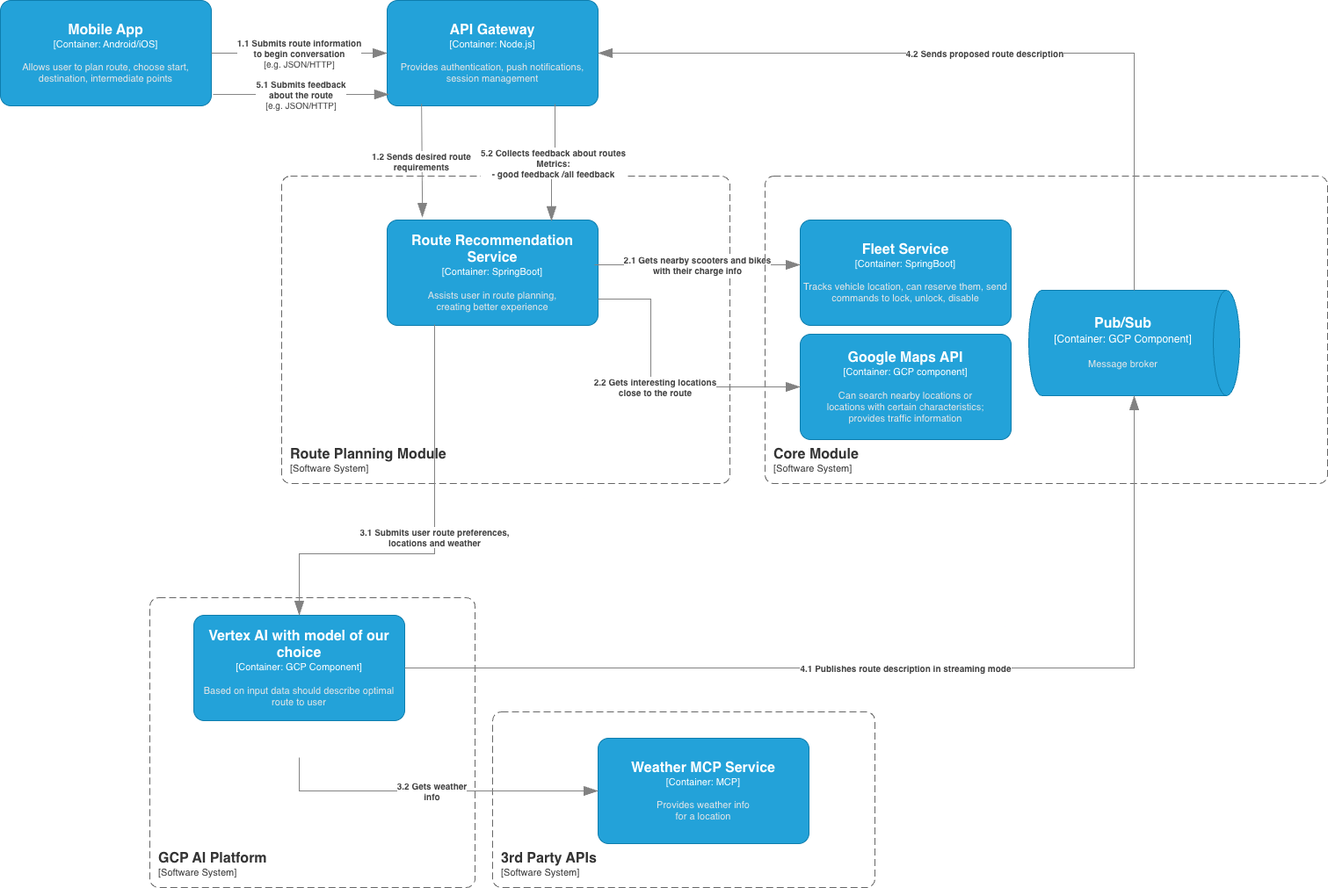
Oleggio/five-nines-arch-katas keeps this draw.io diagram as hld/scenarios/route-advice/Scooter_Bike Route Recommendation.drawio.png. Above is the earlier version. Source tidied: cells renumbered, new cells last; positions are measured from the earlier drawing's top-left corner, leaving out a move shared by most shapes.
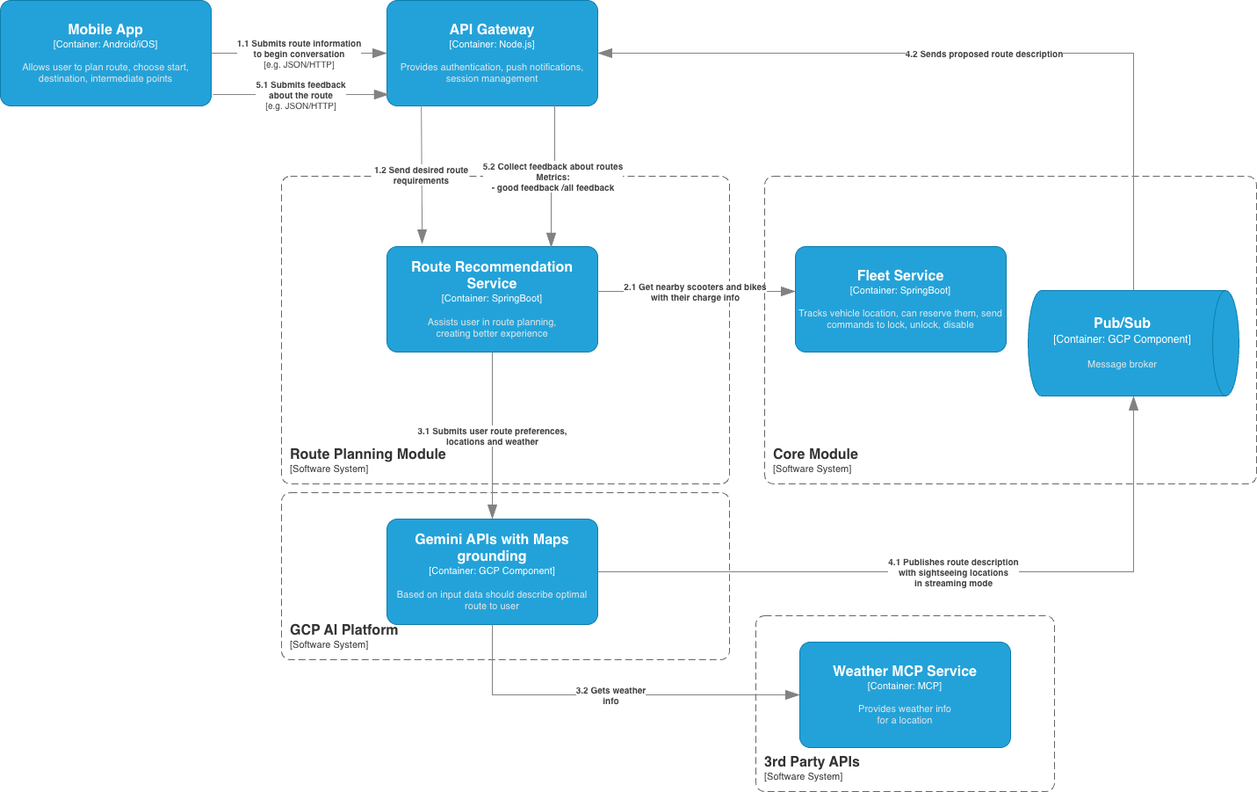
The same diagram one commit later.

Commit message:
Update the route recommendation diagram, add table and adr links

The edit, as a diff of the source:
```diff
@@ -19,47 +19,42 @@
     </object>
     <object id="5" label="&lt;font style=&quot;font-size: 16px&quot;&gt;&lt;b&gt;%c4Name%&lt;/b&gt;&lt;/font&gt;&lt;div&gt;[%c4Type%: %c4Technology%]&lt;/div&gt;&lt;br&gt;&lt;div&gt;&lt;font style=&quot;font-size: 11px&quot;&gt;&lt;font color=&quot;#E6E6E6&quot;&gt;%c4Description%&lt;/font&gt;&lt;/div&gt;" c4Description="Assists user in route planning,&#10;creating better experience" c4Name="Route Recommendation Service" c4Technology="SpringBoot" c4Type="Container" placeholders="1">
       <mxCell style="rounded=1;whiteSpace=wrap;html=1;fontSize=11;labelBackgroundColor=none;fillColor=#23A2D9;fontColor=#ffffff;align=center;arcSize=10;strokeColor=#0E7DAD;points=[[0.25,0,0],[0.5,0,0],[0.75,0,0],[1,0.25,0],[1,0.5,0],[1,0.75,0],[0.75,1,0],[0.5,1,0],[0.25,1,0],[0,0.75,0],[0,0.5,0],[0,0.25,0]];" parent="1" vertex="1">
-        <mxGeometry x="440" y="250" width="240" height="120" as="geometry" />
+        <mxGeometry x="440" y="280" width="240" height="120" as="geometry" />
       </mxCell>
     </object>
-    <object id="6" label="&lt;div style=&quot;text-align: left&quot;&gt;&lt;div style=&quot;text-align: center&quot;&gt;&lt;b&gt;%c4Description%&lt;/b&gt;&lt;/div&gt;" c4Description="1.2 Sends desired route&#10;requirements" c4Type="Relationship" placeholders="1">
+    <object id="6" label="&lt;div style=&quot;text-align: left&quot;&gt;&lt;div style=&quot;text-align: center&quot;&gt;&lt;b&gt;%c4Description%&lt;/b&gt;&lt;/div&gt;" c4Description="1.2 Send desired route&#10;requirements" c4Type="Relationship" placeholders="1">
       <mxCell style="endArrow=blockThin;html=1;fontSize=10;fontColor=#404040;strokeWidth=1;endFill=1;strokeColor=#828282;elbow=vertical;endSize=14;startSize=14;jumpStyle=arc;jumpSize=16;rounded=0;edgeStyle=orthogonalEdgeStyle;entryX=0.167;entryY=-0.025;entryDx=0;entryDy=0;entryPerimeter=0;exitX=0.163;exitY=0.983;exitDx=0;exitDy=0;exitPerimeter=0;" parent="1" edge="1" source="4" target="5">
         <mxGeometry relative="1" as="geometry" />
       </mxCell>
     </object>
     <object id="7" label="&lt;font style=&quot;font-size: 16px&quot;&gt;&lt;b&gt;&lt;div style=&quot;text-align: left&quot;&gt;%c4Name%&lt;/div&gt;&lt;/b&gt;&lt;/font&gt;&lt;div style=&quot;text-align: left&quot;&gt;[%c4Application%]&lt;/div&gt;" c4Application="Software System" c4Name="GCP AI Platform" c4Type="SystemScopeBoundary" placeholders="1">
       <mxCell style="rounded=1;fontSize=11;whiteSpace=wrap;html=1;dashed=1;arcSize=20;fillColor=none;strokeColor=#666666;fontColor=#333333;labelBackgroundColor=none;align=left;verticalAlign=bottom;labelBorderColor=none;spacingTop=0;spacing=10;dashPattern=8 4;perimeter=rectanglePerimeter;noLabel=0;labelPadding=0;absoluteArcSize=1;" parent="1" vertex="1">
-        <mxGeometry x="170" y="680" width="370" height="330" as="geometry" />
+        <mxGeometry x="320" y="560" width="510" height="190" as="geometry" />
       </mxCell>
     </object>
     <object id="8" label="&lt;font style=&quot;font-size: 16px&quot;&gt;&lt;b&gt;%c4Name%&lt;/b&gt;&lt;/font&gt;&lt;div&gt;[%c4Type%: %c4Technology%]&lt;/div&gt;&lt;br&gt;&lt;div&gt;&lt;font style=&quot;font-size: 11px&quot;&gt;&lt;font color=&quot;#E6E6E6&quot;&gt;%c4Description%&lt;/font&gt;&lt;/div&gt;" c4Description="Tracks vehicle location, can reserve them, send commands to lock, unlock, disable" c4Name="Fleet Service" c4Technology="SpringBoot" c4Type="Container" placeholders="1">
       <mxCell style="rounded=1;whiteSpace=wrap;html=1;fontSize=11;labelBackgroundColor=none;fillColor=#23A2D9;fontColor=#ffffff;align=center;arcSize=10;strokeColor=#0E7DAD;points=[[0.25,0,0],[0.5,0,0],[0.75,0,0],[1,0.25,0],[1,0.5,0],[1,0.75,0],[0.75,1,0],[0.5,1,0],[0.25,1,0],[0,0.75,0],[0,0.5,0],[0,0.25,0]];" parent="1" vertex="1">
-        <mxGeometry x="910" y="250" width="240" height="120" as="geometry" />
+        <mxGeometry x="905" y="280" width="240" height="120" as="geometry" />
       </mxCell>
     </object>
-    <object id="9" label="&lt;div style=&quot;text-align: left&quot;&gt;&lt;div style=&quot;text-align: center&quot;&gt;&lt;b&gt;%c4Description%&lt;/b&gt;&lt;/div&gt;" c4Description="2.1 Gets nearby scooters and bikes&#10;with their charge info" c4Type="Relationship" placeholders="1">
+    <object id="9" label="&lt;div style=&quot;text-align: left&quot;&gt;&lt;div style=&quot;text-align: center&quot;&gt;&lt;b&gt;%c4Description%&lt;/b&gt;&lt;/div&gt;" c4Description="2.1 Get nearby scooters and bikes&#10;with their charge info" c4Type="Relationship" placeholders="1">
       <mxCell style="endArrow=blockThin;html=1;fontSize=10;fontColor=#404040;strokeWidth=1;endFill=1;strokeColor=#828282;elbow=vertical;endSize=14;startSize=14;jumpStyle=arc;jumpSize=16;rounded=0;edgeStyle=orthogonalEdgeStyle;entryX=0;entryY=0.425;entryDx=0;entryDy=0;entryPerimeter=0;exitX=0.983;exitY=0.425;exitDx=0;exitDy=0;exitPerimeter=0;" parent="1" edge="1" source="5" target="8">
         <mxGeometry relative="1" as="geometry" />
       </mxCell>
     </object>
     <object id="10" label="&lt;font style=&quot;font-size: 16px&quot;&gt;&lt;b&gt;&lt;div style=&quot;text-align: left&quot;&gt;%c4Name%&lt;/div&gt;&lt;/b&gt;&lt;/font&gt;&lt;div style=&quot;text-align: left&quot;&gt;[%c4Application%]&lt;/div&gt;" c4Application="Software System" c4Name="Core Module" c4Type="SystemScopeBoundary" placeholders="1">
       <mxCell style="rounded=1;fontSize=11;whiteSpace=wrap;html=1;dashed=1;arcSize=20;fillColor=none;strokeColor=#666666;fontColor=#333333;labelBackgroundColor=none;align=left;verticalAlign=bottom;labelBorderColor=none;spacingTop=0;spacing=10;dashPattern=8 4;perimeter=rectanglePerimeter;noLabel=0;labelPadding=0;absoluteArcSize=1;" parent="1" vertex="1">
-        <mxGeometry x="870" y="200" width="640" height="350" as="geometry" />
+        <mxGeometry x="870" y="200" width="560" height="350" as="geometry" />
       </mxCell>
     </object>
-    <object id="11" label="&lt;font style=&quot;font-size: 16px&quot;&gt;&lt;b&gt;%c4Name%&lt;/b&gt;&lt;/font&gt;&lt;div&gt;[%c4Type%: %c4Technology%]&lt;/div&gt;&lt;br&gt;&lt;div&gt;&lt;font style=&quot;font-size: 11px&quot;&gt;&lt;font color=&quot;#E6E6E6&quot;&gt;%c4Description%&lt;/font&gt;&lt;/div&gt;" c4Description="Based on input data should describe optimal route to user" c4Name="Vertex AI with model of our choice" c4Technology="GCP Component" c4Type="Container" placeholders="1">
+    <object id="11" label="&lt;font style=&quot;font-size: 16px&quot;&gt;&lt;b&gt;%c4Name%&lt;/b&gt;&lt;/font&gt;&lt;div&gt;[%c4Type%: %c4Technology%]&lt;/div&gt;&lt;br&gt;&lt;div&gt;&lt;font style=&quot;font-size: 11px&quot;&gt;&lt;font color=&quot;#E6E6E6&quot;&gt;%c4Description%&lt;/font&gt;&lt;/div&gt;" c4Description="Based on input data should describe optimal route to user" c4Name="Gemini APIs with Maps grounding " c4Technology="GCP Component" c4Type="Container" placeholders="1">
       <mxCell style="rounded=1;whiteSpace=wrap;html=1;fontSize=11;labelBackgroundColor=none;fillColor=#23A2D9;fontColor=#ffffff;align=center;arcSize=10;strokeColor=#0E7DAD;points=[[0.25,0,0],[0.5,0,0],[0.75,0,0],[1,0.25,0],[1,0.5,0],[1,0.75,0],[0.75,1,0],[0.5,1,0],[0.25,1,0],[0,0.75,0],[0,0.5,0],[0,0.25,0]];" parent="1" vertex="1">
-        <mxGeometry x="220" y="700" width="240" height="120" as="geometry" />
+        <mxGeometry x="440" y="590" width="240" height="120" as="geometry" />
       </mxCell>
     </object>
     <object id="12" label="&lt;div style=&quot;text-align: left&quot;&gt;&lt;div style=&quot;text-align: center&quot;&gt;&lt;b&gt;%c4Description%&lt;/b&gt;&lt;/div&gt;" c4Description="3.1 Submits user route preferences,&#10;locations and weather" c4Type="Relationship" placeholders="1">
-      <mxCell style="endArrow=blockThin;html=1;fontSize=10;fontColor=#404040;strokeWidth=1;endFill=1;strokeColor=#828282;elbow=vertical;endSize=14;startSize=14;jumpStyle=arc;jumpSize=16;rounded=0;edgeStyle=orthogonalEdgeStyle;exitX=0.225;exitY=0.992;exitDx=0;exitDy=0;exitPerimeter=0;entryX=0.5;entryY=0;entryDx=0;entryDy=0;entryPerimeter=0;" parent="1" edge="1" source="5" target="11">
-        <mxGeometry relative="1" as="geometry">
-          <Array as="points">
-            <mxPoint x="494" y="630" />
-            <mxPoint x="340" y="630" />
-          </Array>
-        </mxGeometry>
+      <mxCell style="endArrow=blockThin;html=1;fontSize=10;fontColor=#404040;strokeWidth=1;endFill=1;strokeColor=#828282;elbow=vertical;endSize=14;startSize=14;jumpStyle=arc;jumpSize=16;rounded=0;edgeStyle=orthogonalEdgeStyle;exitX=0.5;exitY=1;exitDx=0;exitDy=0;exitPerimeter=0;entryX=0.5;entryY=0;entryDx=0;entryDy=0;entryPerimeter=0;" parent="1" edge="1" source="5" target="11">
+        <mxGeometry relative="1" as="geometry" />
       </mxCell>
     </object>
     <object id="13" label="&lt;font style=&quot;font-size: 16px&quot;&gt;&lt;b&gt;%c4Name%&lt;/b&gt;&lt;/font&gt;&lt;div&gt;[%c4Type%:&amp;nbsp;%c4Technology%]&lt;/div&gt;&lt;br&gt;&lt;div&gt;&lt;font style=&quot;font-size: 11px&quot;&gt;&lt;font color=&quot;#E6E6E6&quot;&gt;%c4Description%&lt;/font&gt;&lt;/div&gt;" c4Description="Message broker" c4Name="Pub/Sub" c4Technology="GCP Component" c4Type="Container" placeholders="1">
@@ -77,23 +72,7 @@
         <mxGeometry relative="1" as="geometry" />
       </mxCell>
     </object>
-    <object id="16" label="&lt;font style=&quot;font-size: 16px&quot;&gt;&lt;b&gt;%c4Name%&lt;/b&gt;&lt;/font&gt;&lt;div&gt;[%c4Type%: %c4Technology%]&lt;/div&gt;&lt;br&gt;&lt;div&gt;&lt;font style=&quot;font-size: 11px&quot;&gt;&lt;font color=&quot;#E6E6E6&quot;&gt;%c4Description%&lt;/font&gt;&lt;/div&gt;" c4Description="Can search nearby locations or&#10;locations with certain characteristics;&#10;provides traffic information" c4Name="Google Maps API" c4Technology="GCP component" c4Type="Container" placeholders="1">
-      <mxCell style="rounded=1;whiteSpace=wrap;html=1;fontSize=11;labelBackgroundColor=none;fillColor=#23A2D9;fontColor=#ffffff;align=center;arcSize=10;strokeColor=#0E7DAD;" parent="1" vertex="1">
-        <mxGeometry x="910" y="380" width="240" height="120" as="geometry" />
-      </mxCell>
-    </object>
-    <object id="17" label="&lt;div style=&quot;text-align: left&quot;&gt;&lt;div style=&quot;text-align: center&quot;&gt;&lt;b&gt;%c4Description%&lt;/b&gt;&lt;/div&gt;" c4Description="2.2 Gets interesting locations&#10; close to the route" c4Type="Relationship" placeholders="1">
-      <mxCell style="endArrow=blockThin;html=1;fontSize=10;fontColor=#404040;strokeWidth=1;endFill=1;strokeColor=#828282;elbow=vertical;endSize=14;startSize=14;jumpStyle=arc;jumpSize=16;rounded=0;edgeStyle=orthogonalEdgeStyle;entryX=1;entryY=0.75;entryDx=0;entryDy=0;entryPerimeter=0;exitX=1;exitY=0.75;exitDx=0;exitDy=0;exitPerimeter=0;" parent="1" edge="1" source="5">
-        <mxGeometry relative="1" as="geometry">
-          <mxPoint x="910" y="440" as="targetPoint" />
-          <Array as="points">
-            <mxPoint x="740" y="340" />
-            <mxPoint x="740" y="440" />
-          </Array>
-        </mxGeometry>
-      </mxCell>
-    </object>
-    <object id="18" label="&lt;div style=&quot;text-align: left&quot;&gt;&lt;div style=&quot;text-align: center&quot;&gt;&lt;b&gt;%c4Description%&lt;/b&gt;&lt;/div&gt;" c4Description="4.1 Publishes route description in streaming mode" c4Type="Relationship" placeholders="1">
+    <object id="18" label="&lt;div style=&quot;text-align: left&quot;&gt;&lt;div style=&quot;text-align: center&quot;&gt;&lt;b&gt;%c4Description%&lt;/b&gt;&lt;/div&gt;" c4Description="4.1 Publishes route description&#10;with sightseeing locations&#10; in streaming mode" c4Type="Relationship" placeholders="1">
       <mxCell style="endArrow=blockThin;html=1;fontSize=10;fontColor=#404040;strokeWidth=1;endFill=1;strokeColor=#828282;elbow=vertical;endSize=14;startSize=14;jumpStyle=arc;jumpSize=16;rounded=0;edgeStyle=orthogonalEdgeStyle;exitX=1;exitY=0.5;exitDx=0;exitDy=0;exitPerimeter=0;entryX=1;entryY=0.5;entryDx=0;entryDy=0;entryPerimeter=0;" parent="1" edge="1" source="11" target="13">
         <mxGeometry relative="1" as="geometry" />
       </mxCell>
@@ -103,29 +82,24 @@
         <mxGeometry relative="1" as="geometry" />
       </mxCell>
     </object>
-    <object id="20" label="&lt;div style=&quot;text-align: left&quot;&gt;&lt;div style=&quot;text-align: center&quot;&gt;&lt;b&gt;%c4Description%&lt;/b&gt;&lt;/div&gt;" c4Description="5.2 Collects feedback about routes&#10;Metrics:&#10;- good feedback /all feedback" c4Type="Relationship" placeholders="1">
+    <object id="20" label="&lt;div style=&quot;text-align: left&quot;&gt;&lt;div style=&quot;text-align: center&quot;&gt;&lt;b&gt;%c4Description%&lt;/b&gt;&lt;/div&gt;" c4Description="5.2 Collect feedback about routes&#10;Metrics:&#10;- good feedback /all feedback" c4Type="Relationship" placeholders="1">
       <mxCell style="endArrow=blockThin;html=1;fontSize=10;fontColor=#404040;strokeWidth=1;endFill=1;strokeColor=#828282;elbow=vertical;endSize=14;startSize=14;jumpStyle=arc;jumpSize=16;rounded=0;edgeStyle=orthogonalEdgeStyle;exitX=0.796;exitY=0.983;exitDx=0;exitDy=0;exitPerimeter=0;entryX=0.779;entryY=0.008;entryDx=0;entryDy=0;entryPerimeter=0;" parent="1" edge="1" source="4" target="5">
-        <mxGeometry relative="1" as="geometry" />
+        <mxGeometry x="0.01" relative="1" as="geometry" />
       </mxCell>
     </object>
     <object id="21" label="&lt;font style=&quot;font-size: 16px&quot;&gt;&lt;b&gt;&lt;div style=&quot;text-align: left&quot;&gt;%c4Name%&lt;/div&gt;&lt;/b&gt;&lt;/font&gt;&lt;div style=&quot;text-align: left&quot;&gt;[%c4Application%]&lt;/div&gt;" c4Application="Software System" c4Name="3rd Party APIs" c4Type="SystemScopeBoundary" placeholders="1">
       <mxCell style="rounded=1;fontSize=11;whiteSpace=wrap;html=1;dashed=1;arcSize=20;fillColor=none;strokeColor=#666666;fontColor=#333333;labelBackgroundColor=none;align=left;verticalAlign=bottom;labelBorderColor=none;spacingTop=0;spacing=10;dashPattern=8 4;perimeter=rectanglePerimeter;noLabel=0;labelPadding=0;absoluteArcSize=1;" parent="1" vertex="1">
-        <mxGeometry x="560" y="810" width="435" height="200" as="geometry" />
+        <mxGeometry x="860" y="700" width="340" height="200" as="geometry" />
       </mxCell>
     </object>
     <object id="22" label="&lt;font style=&quot;font-size: 16px&quot;&gt;&lt;b&gt;%c4Name%&lt;/b&gt;&lt;/font&gt;&lt;div&gt;[%c4Type%: %c4Technology%]&lt;/div&gt;&lt;br&gt;&lt;div&gt;&lt;font style=&quot;font-size: 11px&quot;&gt;&lt;font color=&quot;#E6E6E6&quot;&gt;%c4Description%&lt;/font&gt;&lt;/div&gt;" c4Description="Provides weather info&#10;for a location" c4Name="Weather MCP Service" c4Technology="MCP" c4Type="Container" placeholders="1">
       <mxCell style="rounded=1;whiteSpace=wrap;html=1;fontSize=11;labelBackgroundColor=none;fillColor=#23A2D9;fontColor=#ffffff;align=center;arcSize=10;strokeColor=#0E7DAD;points=[[0.25,0,0],[0.5,0,0],[0.75,0,0],[1,0.25,0],[1,0.5,0],[1,0.75,0],[0.75,1,0],[0.5,1,0],[0.25,1,0],[0,0.75,0],[0,0.5,0],[0,0.25,0]];" parent="1" vertex="1">
-        <mxGeometry x="680" y="840" width="240" height="120" as="geometry" />
+        <mxGeometry x="910" y="730" width="240" height="120" as="geometry" />
       </mxCell>
     </object>
     <object id="23" label="&lt;div style=&quot;text-align: left&quot;&gt;&lt;div style=&quot;text-align: center&quot;&gt;&lt;b&gt;%c4Description%&lt;/b&gt;&lt;/div&gt;" c4Description="3.2 Gets weather&#10;info" c4Type="Relationship" placeholders="1">
-      <mxCell style="endArrow=blockThin;html=1;fontSize=10;fontColor=#404040;strokeWidth=1;endFill=1;strokeColor=#828282;elbow=vertical;endSize=14;startSize=14;jumpStyle=arc;jumpSize=16;rounded=0;edgeStyle=orthogonalEdgeStyle;entryX=0;entryY=0.5;entryDx=0;entryDy=0;entryPerimeter=0;" parent="1" edge="1" target="22">
-        <mxGeometry relative="1" as="geometry">
-          <mxPoint x="340" y="862" as="sourcePoint" />
-          <Array as="points">
-            <mxPoint x="340" y="900" />
-          </Array>
-        </mxGeometry>
+      <mxCell style="endArrow=blockThin;html=1;fontSize=10;fontColor=#404040;strokeWidth=1;endFill=1;strokeColor=#828282;elbow=vertical;endSize=14;startSize=14;jumpStyle=arc;jumpSize=16;rounded=0;edgeStyle=orthogonalEdgeStyle;exitX=0.5;exitY=1;exitDx=0;exitDy=0;exitPerimeter=0;entryX=0;entryY=0.5;entryDx=0;entryDy=0;entryPerimeter=0;" parent="1" edge="1" source="11" target="22">
+        <mxGeometry relative="1" as="geometry" />
       </mxCell>
     </object>
   </root>
```
